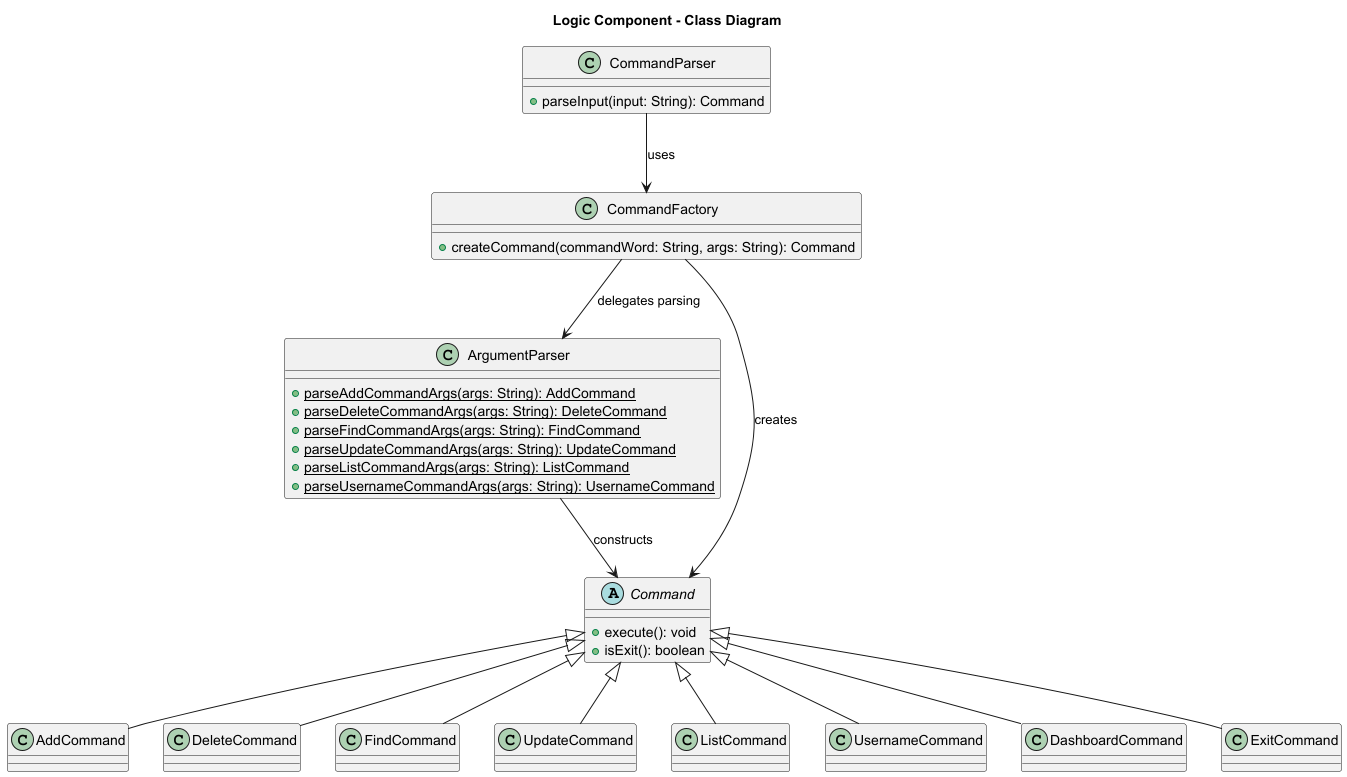
Above: docs/dg_diagrams/LogicComponentCD.png in BenyAlbatross/tp (PlantUML), before the change.
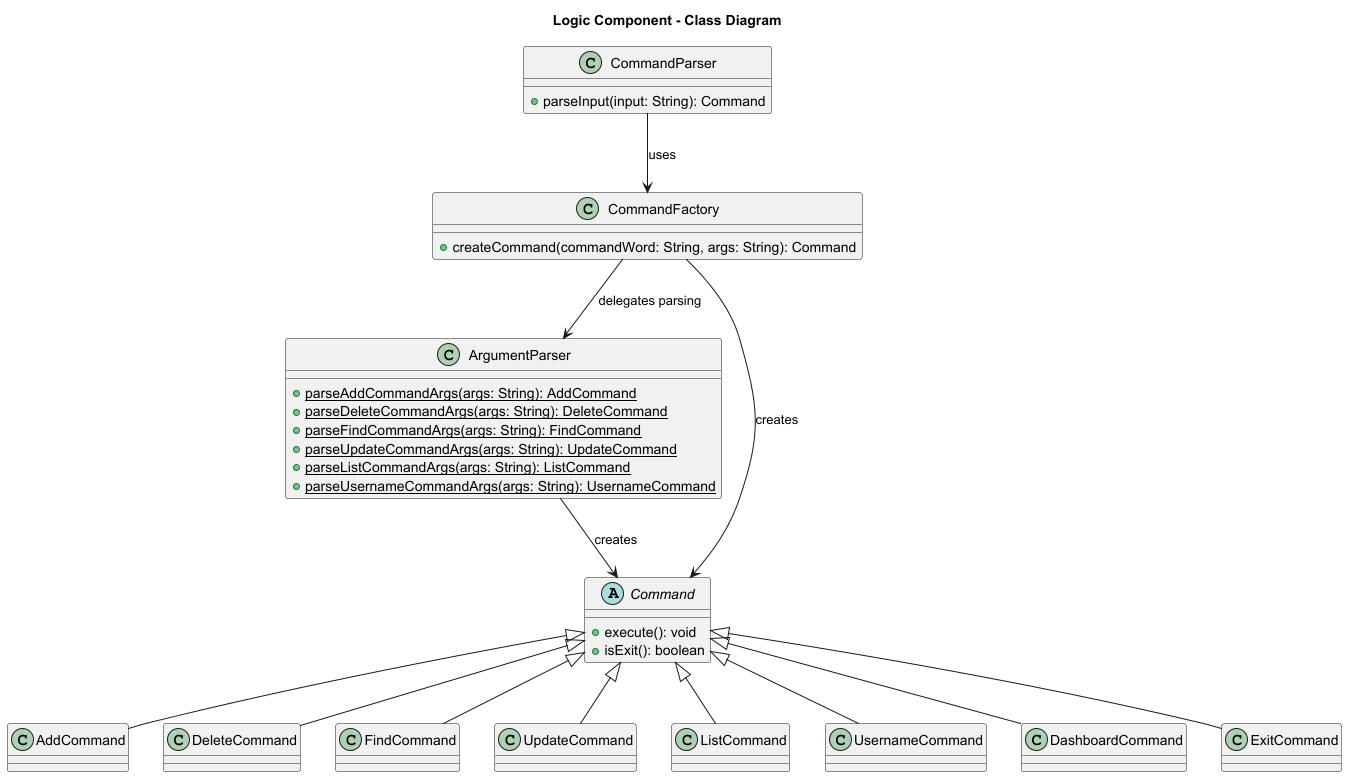
Above is the later version.

Commit message:
Update UML diagram

What changed in the source:
```diff
@@ -35,7 +35,7 @@
 CommandParser --> CommandFactory : uses
 CommandFactory --> ArgumentParser : delegates parsing
 CommandFactory --> Command : creates
-ArgumentParser --> Command : constructs
+ArgumentParser --> Command : creates
 Command <|-- AddCommand
 Command <|-- DeleteCommand
 Command <|-- FindCommand
```
